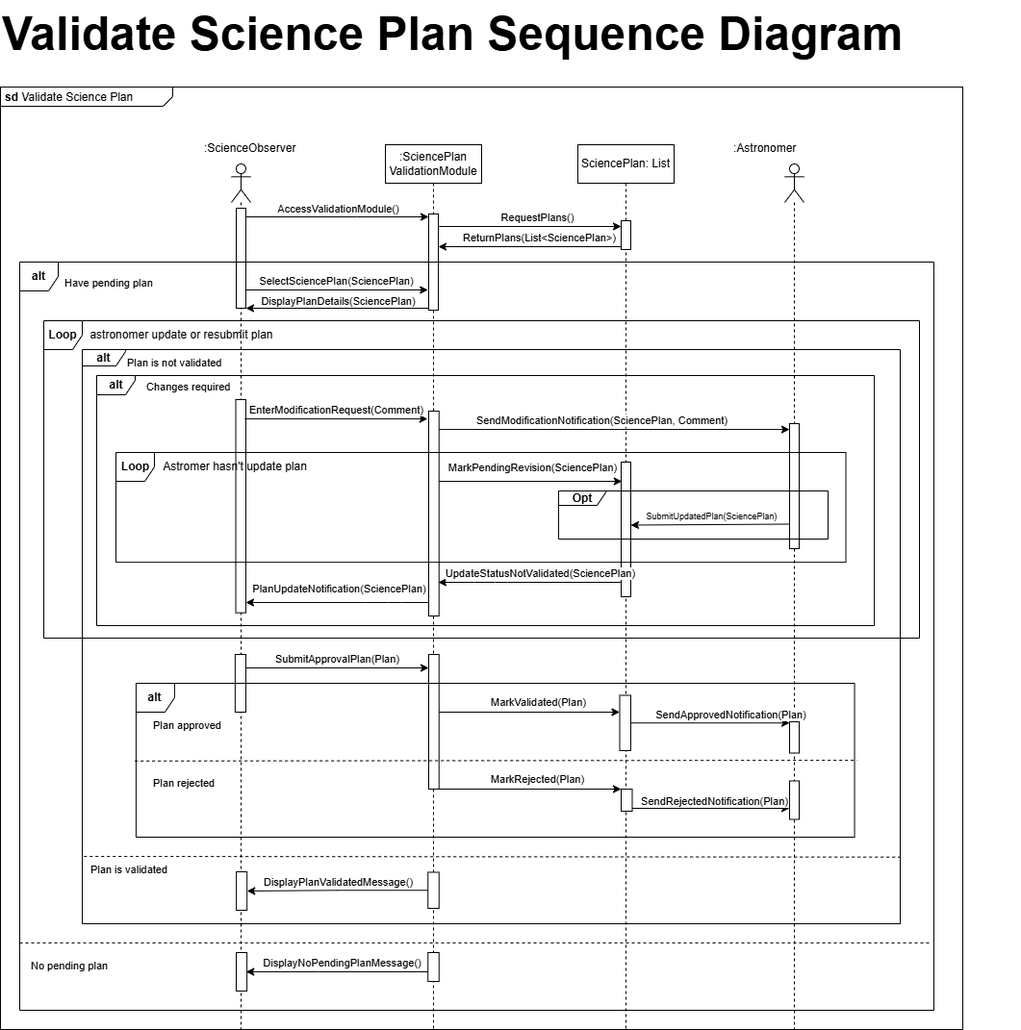
Earlier version of the draw.io export images/D3-S3.drawio.png (NithimethM/Nithimeth-2024-ITCS431-Gemini8). Source tidied: cells renumbered, new cells last; positions are measured from the earlier drawing's top-left corner, leaving out a move shared by most shapes.
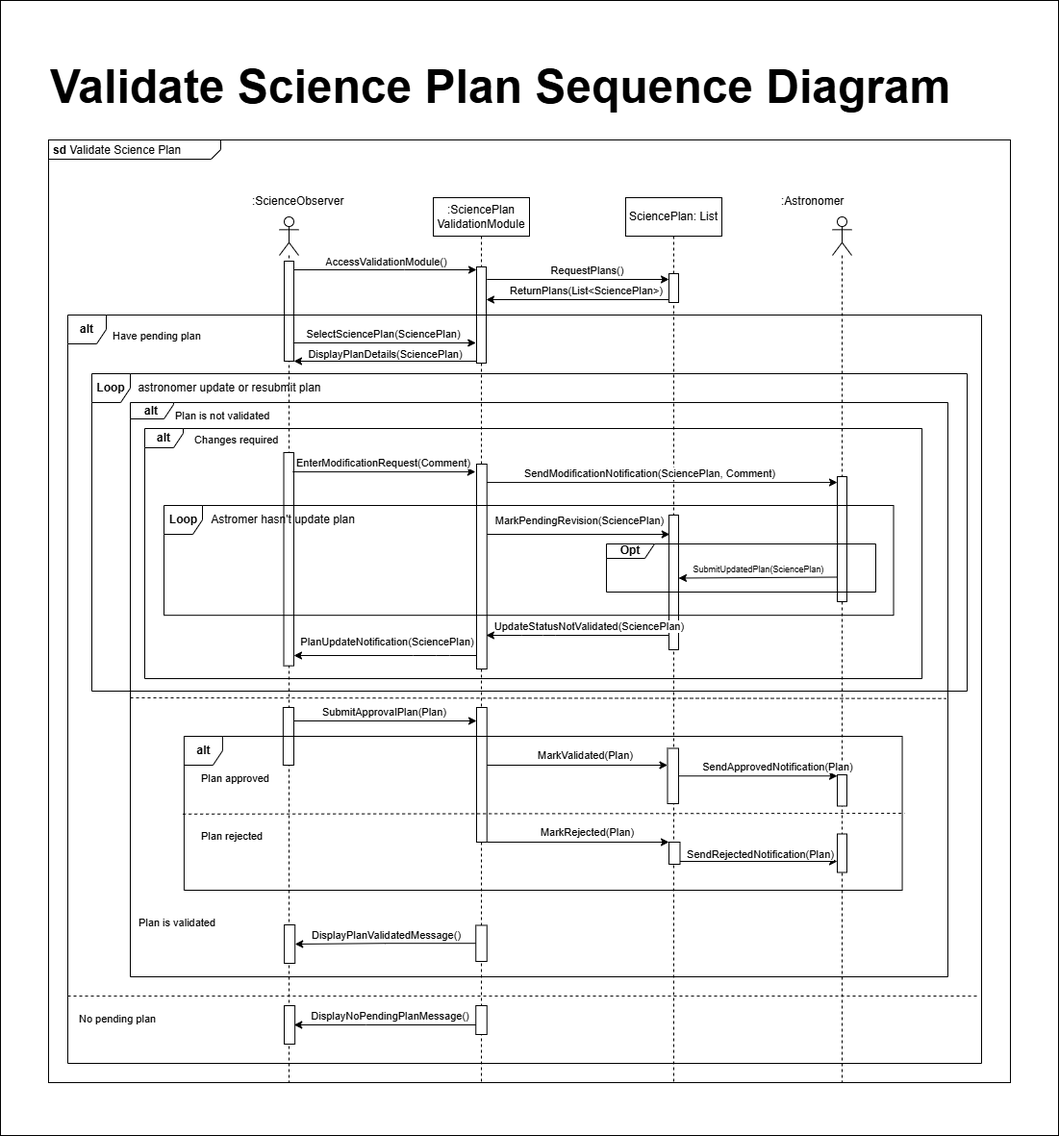
The same diagram one commit later.

What changed in the source:
```diff
@@ -2,6 +2,9 @@
   <root>
     <mxCell id="0" />
     <mxCell id="1" parent="0" />
+    <mxCell id="88" style="rounded=0;whiteSpace=wrap;html=1;" parent="1" vertex="1">
+      <mxGeometry x="-50" y="-55" width="1100" height="1180" as="geometry" />
+    </mxCell>
     <mxCell id="2" value="&lt;p style=&quot;margin:0px;margin-top:4px;margin-left:5px;text-align:left;&quot;&gt;&lt;b&gt;sd&lt;/b&gt;&amp;nbsp;Validate Science Plan&lt;/p&gt;" style="html=1;shape=mxgraph.sysml.package;overflow=fill;labelX=179;align=left;spacingLeft=5;verticalAlign=top;spacingTop=-3;" parent="1" vertex="1">
       <mxGeometry y="90" width="1000" height="980" as="geometry" />
     </mxCell>
@@ -232,7 +235,7 @@
       </mxGeometry>
     </mxCell>
     <mxCell id="57" value="&lt;h1 style=&quot;margin-top: 0px;&quot;&gt;&lt;font style=&quot;font-size: 48px;&quot;&gt;Validate Science Plan Sequence Diagram&lt;/font&gt;&lt;/h1&gt;" style="text;html=1;whiteSpace=wrap;overflow=hidden;rounded=0;" parent="1" vertex="1">
-      <mxGeometry width="1060" height="70" as="geometry" />
+      <mxGeometry width="990" height="70" as="geometry" />
     </mxCell>
     <mxCell id="58" value="&lt;span style=&quot;color: rgb(0, 0, 0); font-family: Helvetica; font-size: 11px; font-style: normal; font-variant-ligatures: normal; font-variant-caps: normal; font-weight: 400; letter-spacing: normal; orphans: 2; text-align: center; text-indent: 0px; text-transform: none; widows: 2; word-spacing: 0px; -webkit-text-stroke-width: 0px; white-space: nowrap; background-color: rgb(255, 255, 255); text-decoration-thickness: initial; text-decoration-style: initial; text-decoration-color: initial; float: none; display: inline !important;&quot;&gt;Have pending&amp;nbsp;&lt;/span&gt;&lt;span style=&quot;background-color: light-dark(rgb(255, 255, 255), rgb(18, 18, 18)); color: light-dark(rgb(0, 0, 0), rgb(237, 237, 237)); font-size: 11px; text-align: center; text-wrap-mode: nowrap;&quot;&gt;plan&lt;/span&gt;" style="text;whiteSpace=wrap;html=1;" parent="1" vertex="1">
       <mxGeometry x="65" y="280" width="150" height="40" as="geometry" />
@@ -292,8 +295,8 @@
     </mxCell>
     <mxCell id="72" style="endArrow=none;dashed=1;html=1;rounded=0;exitX=0.003;exitY=0.818;exitDx=0;exitDy=0;exitPerimeter=0;entryX=1.001;entryY=0.819;entryDx=0;entryDy=0;entryPerimeter=0;" parent="1" edge="1">
       <mxGeometry relative="1" as="geometry">
-        <mxPoint x="86.7" y="890" as="sourcePoint" />
-        <mxPoint x="935" y="890.7" as="targetPoint" />
+        <mxPoint x="85" y="670" as="sourcePoint" />
+        <mxPoint x="933.3" y="670.7" as="targetPoint" />
       </mxGeometry>
     </mxCell>
     <mxCell id="73" style="edgeStyle=orthogonalEdgeStyle;rounded=0;jettySize=auto;html=1;curved=0;" parent="1" edge="1" source="75" target="46">
```
